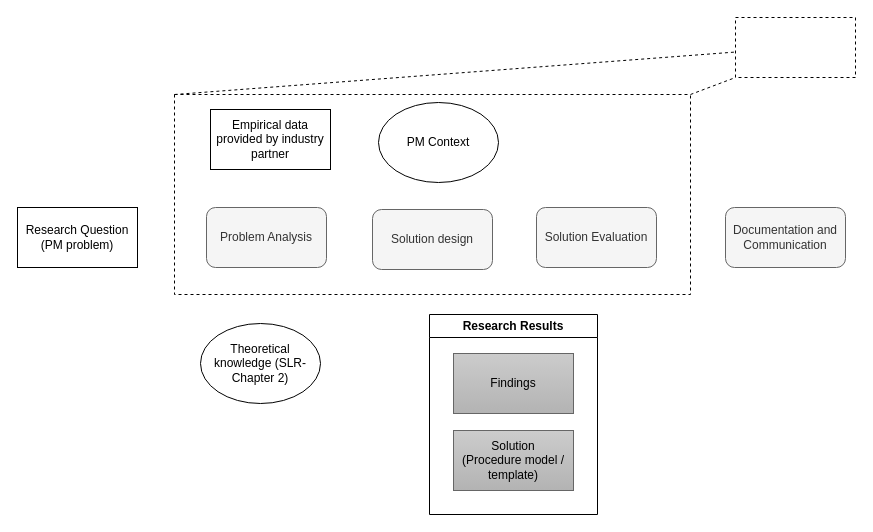
Before: framework for development ....drawio in datou7119/Figures, a draw.io diagram. Source tidied: cells renumbered, new cells numbered last; positions are measured from the earlier drawing's top-left corner, leaving out a move shared by most shapes. Both pictures are drawn from the tidied source at 100%, with x=0, y=0 at pixel (17, 17).
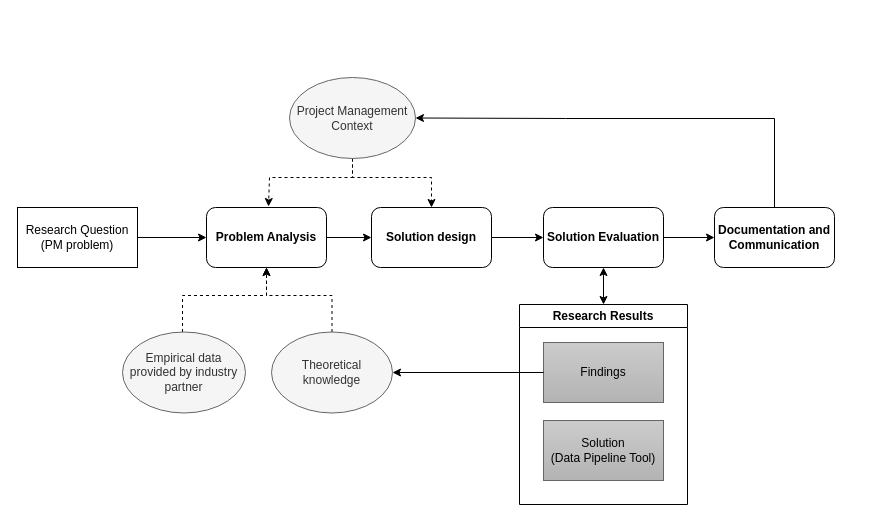
The same page after the edit.

The change refers to these unchanged cells:
```xml
<mxCell id="2" value="Research Question (PM problem)" style="rounded=0;whiteSpace=wrap;html=1;" parent="1" vertex="1">
  <mxGeometry y="190" width="120" height="60" as="geometry" />
</mxCell>
```

Change to the diagram source:
```diff
@@
+    <mxCell id="17" style="edgeStyle=orthogonalEdgeStyle;rounded=0;jettySize=auto;html=1;" parent="1" edge="1" source="2" target="4">
+      <mxGeometry relative="1" as="geometry" />
+    </mxCell>
@@
-    <mxCell id="3" value="Empirical data provided by industry partner" style="rounded=0;whiteSpace=wrap;html=1;" parent="1" vertex="1">
-      <mxGeometry x="193" y="92" width="120" height="60" as="geometry" />
-    </mxCell>
+    <mxCell id="18" style="edgeStyle=orthogonalEdgeStyle;rounded=0;jettySize=auto;html=1;" parent="1" edge="1" source="4" target="8">
+      <mxGeometry relative="1" as="geometry" />
+    </mxCell>
-    <mxCell id="4" value="Problem Analysis" style="rounded=1;whiteSpace=wrap;html=1;fillColor=#f5f5f5;fontColor=#333333;strokeColor=#666666;" parent="1" vertex="1">
+    <mxCell id="4" value="Problem Analysis" style="rounded=1;whiteSpace=wrap;html=1;fontStyle=1;" parent="1" vertex="1">
       <mxGeometry x="189" y="190" width="120" height="60" as="geometry" />
     </mxCell>
+    <mxCell id="19" style="edgeStyle=orthogonalEdgeStyle;rounded=0;jettySize=auto;html=1;" parent="1" edge="1" source="5" target="6">
+      <mxGeometry relative="1" as="geometry" />
+    </mxCell>
-    <mxCell id="5" value="Solution Evaluation" style="rounded=1;whiteSpace=wrap;html=1;fillColor=#f5f5f5;fontColor=#333333;strokeColor=#666666;" parent="1" vertex="1">
-      <mxGeometry x="519" y="190" width="120" height="60" as="geometry" />
+    <mxCell id="5" value="Solution Evaluation" style="rounded=1;whiteSpace=wrap;html=1;fontStyle=1;" parent="1" vertex="1">
+      <mxGeometry x="526" y="190" width="120" height="60" as="geometry" />
     </mxCell>
+    <mxCell id="20" style="edgeStyle=orthogonalEdgeStyle;rounded=0;jettySize=auto;html=1;entryX=1;entryY=0.5;entryDx=0;entryDy=0;" parent="1" edge="1" source="6" target="9">
+      <mxGeometry relative="1" as="geometry">
+        <Array as="points">
+          <mxPoint x="757" y="101" />
+          <mxPoint x="548" y="101" />
+        </Array>
+      </mxGeometry>
+    </mxCell>
-    <mxCell id="6" value="Documentation and Communication" style="rounded=1;whiteSpace=wrap;html=1;fillColor=#f5f5f5;fontColor=#333333;strokeColor=#666666;" parent="1" vertex="1">
-      <mxGeometry x="708" y="190" width="120" height="60" as="geometry" />
+    <mxCell id="6" value="Documentation and Communication" style="rounded=1;whiteSpace=wrap;html=1;fontStyle=1;" parent="1" vertex="1">
+      <mxGeometry x="697" y="190" width="120" height="60" as="geometry" />
     </mxCell>
-    <mxCell id="7" style="swimlane;startSize=0;dashed=1;" parent="1" vertex="1">
-      <mxGeometry x="157" y="77" width="516" height="200" as="geometry" />
-    </mxCell>
-    <mxCell id="8" value="Solution design" style="rounded=1;whiteSpace=wrap;html=1;fillColor=#f5f5f5;fontColor=#333333;strokeColor=#666666;" parent="7" vertex="1">
-      <mxGeometry x="198" y="115" width="120" height="60" as="geometry" />
-    </mxCell>
-    <mxCell id="9" value="PM Context" style="ellipse;whiteSpace=wrap;html=1;" parent="7" vertex="1">
-      <mxGeometry x="204" y="8" width="120" height="80" as="geometry" />
-    </mxCell>
+    <mxCell id="21" style="edgeStyle=orthogonalEdgeStyle;rounded=0;jettySize=auto;html=1;entryX=0.5;entryY=1;entryDx=0;entryDy=0;dashed=1;" parent="1" edge="1" source="10" target="4">
+      <mxGeometry relative="1" as="geometry">
+        <Array as="points">
+          <mxPoint x="315" y="278" />
+          <mxPoint x="249" y="278" />
+        </Array>
+      </mxGeometry>
+    </mxCell>
-    <mxCell id="10" value="Theoretical knowledge (SLR-Chapter 2)" style="ellipse;whiteSpace=wrap;html=1;" parent="1" vertex="1">
-      <mxGeometry x="183" y="306" width="120" height="80" as="geometry" />
+    <mxCell id="10" value="Theoretical knowledge" style="ellipse;whiteSpace=wrap;html=1;fillColor=#f5f5f5;fontColor=#333333;strokeColor=#666666;" parent="1" vertex="1">
+      <mxGeometry x="254" y="314.5" width="121" height="81" as="geometry" />
     </mxCell>
+    <mxCell id="13" value="Research Results" style="swimlane;whiteSpace=wrap;html=1;" parent="1" vertex="1">
+      <mxGeometry x="502" y="287" width="168" height="200" as="geometry" />
+    </mxCell>
-    <mxCell id="11" value="Findings" style="rounded=0;whiteSpace=wrap;html=1;fillColor=#CCCCCC;gradientColor=#b3b3b3;strokeColor=#666666;" parent="1" vertex="1">
-      <mxGeometry x="436" y="336" width="120" height="60" as="geometry" />
+    <mxCell id="11" value="Findings" style="rounded=0;whiteSpace=wrap;html=1;fillColor=#CCCCCC;gradientColor=#b3b3b3;strokeColor=#666666;" parent="13" vertex="1">
+      <mxGeometry x="24" y="38" width="120" height="60" as="geometry" />
     </mxCell>
-    <mxCell id="12" value="Solution&lt;br&gt;(Procedure model / template)" style="rounded=0;whiteSpace=wrap;html=1;fillColor=#CCCCCC;gradientColor=#b3b3b3;strokeColor=#666666;" parent="1" vertex="1">
-      <mxGeometry x="436" y="413" width="120" height="60" as="geometry" />
+    <mxCell id="12" value="Solution&lt;br&gt;(Data Pipeline Tool)" style="rounded=0;whiteSpace=wrap;html=1;fillColor=#CCCCCC;gradientColor=#b3b3b3;strokeColor=#666666;" parent="13" vertex="1">
+      <mxGeometry x="24" y="116" width="120" height="60" as="geometry" />
     </mxCell>
-    <mxCell id="13" value="Research Results" style="swimlane;whiteSpace=wrap;html=1;" parent="1" vertex="1">
-      <mxGeometry x="412" y="297" width="168" height="200" as="geometry" />
-    </mxCell>
-    <mxCell id="14" style="endArrow=none;html=1;rounded=0;fontSize=12;startSize=8;endSize=8;dashed=1;" parent="1" edge="1" target="16">
-      <mxGeometry relative="1" as="geometry">
-        <mxPoint x="157" y="77" as="sourcePoint" />
-      </mxGeometry>
-    </mxCell>
-    <mxCell id="15" style="endArrow=none;html=1;rounded=0;fontSize=12;startSize=8;endSize=8;dashed=1;" parent="1" edge="1">
-      <mxGeometry relative="1" as="geometry">
-        <mxPoint x="673" y="77" as="sourcePoint" />
-        <mxPoint x="718" y="60" as="targetPoint" />
-      </mxGeometry>
-    </mxCell>
-    <mxCell id="16" style="rounded=0;whiteSpace=wrap;html=1;dashed=1;" parent="1" vertex="1">
-      <mxGeometry x="718" width="120" height="60" as="geometry" />
-    </mxCell>
+    <mxCell id="22" style="edgeStyle=orthogonalEdgeStyle;rounded=0;jettySize=auto;html=1;exitX=0.5;exitY=1;exitDx=0;exitDy=0;dashed=1;" parent="1" edge="1" source="9">
+      <mxGeometry relative="1" as="geometry">
+        <mxPoint x="251" y="189" as="targetPoint" />
+        <Array as="points">
+          <mxPoint x="335" y="160" />
+          <mxPoint x="252" y="160" />
+        </Array>
+      </mxGeometry>
+    </mxCell>
+    <mxCell id="23" style="edgeStyle=orthogonalEdgeStyle;rounded=0;jettySize=auto;html=1;dashed=1;" parent="1" edge="1" source="9" target="8">
+      <mxGeometry relative="1" as="geometry">
+        <Array as="points">
+          <mxPoint x="335" y="160" />
+          <mxPoint x="414" y="160" />
+        </Array>
+      </mxGeometry>
+    </mxCell>
+    <mxCell id="9" value="Project Management Context" style="ellipse;whiteSpace=wrap;html=1;fillColor=#f5f5f5;fontColor=#333333;strokeColor=#666666;" parent="1" vertex="1">
+      <mxGeometry x="272" y="60" width="126" height="81" as="geometry" />
+    </mxCell>
+    <mxCell id="24" style="edgeStyle=orthogonalEdgeStyle;rounded=0;jettySize=auto;html=1;" parent="1" edge="1" source="8" target="5">
+      <mxGeometry relative="1" as="geometry" />
+    </mxCell>
+    <mxCell id="8" value="Solution design" style="rounded=1;whiteSpace=wrap;html=1;fontStyle=1;" parent="1" vertex="1">
+      <mxGeometry x="354" y="190" width="120" height="60" as="geometry" />
+    </mxCell>
+    <mxCell id="25" style="edgeStyle=orthogonalEdgeStyle;rounded=0;jettySize=auto;html=1;dashed=1;" parent="1" edge="1" source="3" target="4">
+      <mxGeometry relative="1" as="geometry">
+        <Array as="points">
+          <mxPoint x="165" y="278" />
+          <mxPoint x="249" y="278" />
+        </Array>
+      </mxGeometry>
+    </mxCell>
+    <mxCell id="3" value="&lt;span style=&quot;color: rgb(51, 51, 51);&quot;&gt;Empirical data provided by industry partner&lt;/span&gt;" style="ellipse;whiteSpace=wrap;html=1;fillColor=#f5f5f5;fontColor=#333333;strokeColor=#666666;" parent="1" vertex="1">
+      <mxGeometry x="105" y="314.5" width="123" height="81" as="geometry" />
+    </mxCell>
+    <mxCell id="26" style="endArrow=classic;startArrow=classic;html=1;rounded=0;entryX=0.5;entryY=1;entryDx=0;entryDy=0;exitX=0.5;exitY=0;exitDx=0;exitDy=0;" parent="1" edge="1" source="13" target="5">
+      <mxGeometry relative="1" as="geometry" />
+    </mxCell>
+    <mxCell id="27" style="edgeStyle=orthogonalEdgeStyle;rounded=0;jettySize=auto;html=1;entryX=1;entryY=0.5;entryDx=0;entryDy=0;" parent="1" edge="1" source="11" target="10">
+      <mxGeometry relative="1" as="geometry" />
+    </mxCell>
```
